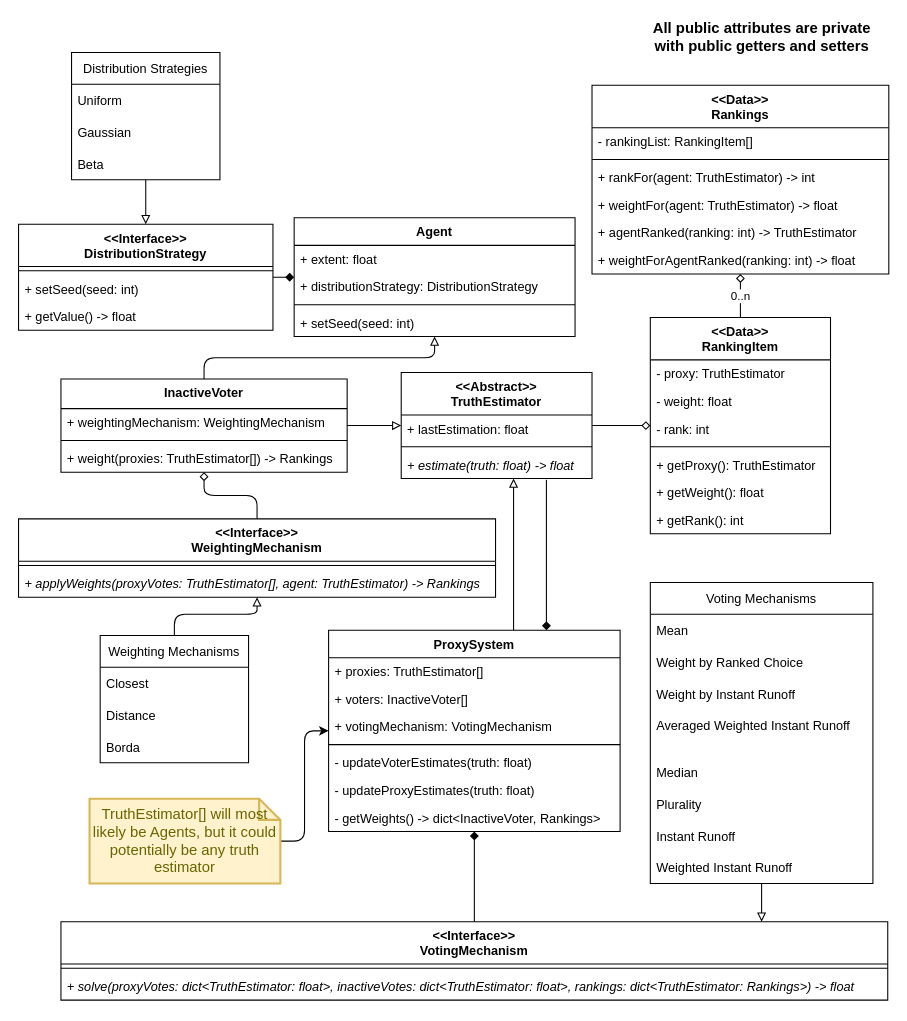
Earlier version of the draw.io diagram ProxyVotingSystem.drawio (TheMikeste1/Thesis-Home). Source tidied: cells renumbered, new cells numbered last; positions are measured from the earlier drawing's top-left corner, leaving out a move shared by most shapes. Both pictures are drawn from the tidied source at 106%, with x=0, y=0 at pixel (18, 20).
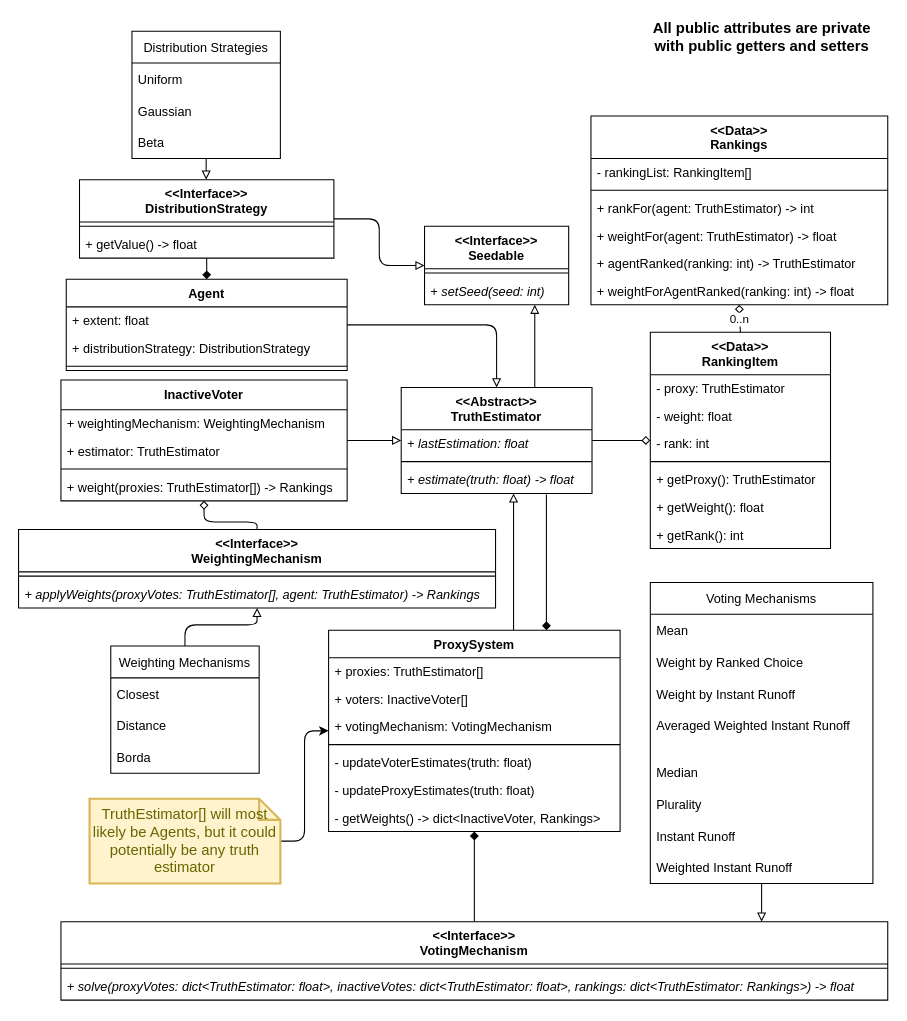
The same diagram, later.

Commit message:
Reworked System in UML

Diff of the diagram source:
```diff
@@
-    <mxCell id="3" style="edgeStyle=orthogonalEdgeStyle;jettySize=auto;html=1;endArrow=block;endFill=0;rounded=1;jumpStyle=sharp;" parent="1" edge="1" source="77" target="4">
-      <mxGeometry relative="1" as="geometry" />
-    </mxCell>
+    <mxCell id="81" style="edgeStyle=orthogonalEdgeStyle;rounded=1;jettySize=auto;html=1;endArrow=block;endFill=0;" parent="1" edge="1" source="4" target="15">
+      <mxGeometry relative="1" as="geometry" />
+    </mxCell>
     <mxCell id="4" value="Agent" style="swimlane;fontStyle=1;align=center;verticalAlign=top;horizontal=1;startSize=26;rounded=0;" parent="1" vertex="1">
-      <mxGeometry x="260" y="186" width="265" height="112" as="geometry" />
+      <mxGeometry x="45" y="244" width="265" height="86" as="geometry" />
     </mxCell>
@@
-    <mxCell id="8" value="+ setSeed(seed: int)" style="text;strokeColor=none;fillColor=none;align=left;verticalAlign=top;spacingLeft=4;spacingRight=4;overflow=hidden;rounded=0;" parent="4" vertex="1">
-      <mxGeometry y="86" width="265" height="26" as="geometry" />
-    </mxCell>
@@
+    <mxCell id="82" style="edgeStyle=orthogonalEdgeStyle;rounded=1;jettySize=auto;html=1;endArrow=block;endFill=0;" parent="1" edge="1" source="11" target="85">
+      <mxGeometry relative="1" as="geometry" />
+    </mxCell>
     <mxCell id="11" value="&lt;&lt;Interface&gt;&gt;&#10;DistributionStrategy" style="swimlane;fontStyle=1;align=center;verticalAlign=top;horizontal=1;startSize=40;rounded=0;" parent="1" vertex="1">
-      <mxGeometry y="192" width="240" height="100" as="geometry" />
+      <mxGeometry x="57.5" y="150" width="240" height="74" as="geometry" />
     </mxCell>
@@
-    <mxCell id="13" value="+ setSeed(seed: int)" style="text;strokeColor=none;fillColor=none;align=left;verticalAlign=top;spacingLeft=4;spacingRight=4;overflow=hidden;rounded=0;" parent="11" vertex="1">
-      <mxGeometry y="48" width="240" height="26" as="geometry" />
-    </mxCell>
     <mxCell id="14" value="+ getValue() -&gt; float" style="text;strokeColor=none;fillColor=none;align=left;verticalAlign=top;spacingLeft=4;spacingRight=4;overflow=hidden;rounded=0;" parent="11" vertex="1">
-      <mxGeometry y="74" width="240" height="26" as="geometry" />
+      <mxGeometry y="48" width="240" height="26" as="geometry" />
     </mxCell>
+    <mxCell id="83" style="edgeStyle=orthogonalEdgeStyle;rounded=1;jettySize=auto;html=1;endArrow=block;endFill=0;" parent="1" edge="1" source="15" target="85">
+      <mxGeometry relative="1" as="geometry">
+        <Array as="points">
+          <mxPoint x="487" y="290" />
+          <mxPoint x="487" y="290" />
+        </Array>
+      </mxGeometry>
+    </mxCell>
     <mxCell id="15" value="&lt;&lt;Abstract&gt;&gt;&#10;TruthEstimator" style="swimlane;fontStyle=1;align=center;verticalAlign=top;horizontal=1;startSize=40;rounded=0;" parent="1" vertex="1">
-      <mxGeometry x="361" y="332" width="180" height="100" as="geometry" />
+      <mxGeometry x="361" y="346" width="180" height="100" as="geometry" />
     </mxCell>
-    <mxCell id="16" value="+ lastEstimation: float" style="text;strokeColor=none;fillColor=none;align=left;verticalAlign=top;spacingLeft=4;spacingRight=4;overflow=hidden;" parent="15" vertex="1">
+    <mxCell id="16" value="+ lastEstimation: float" style="text;strokeColor=none;fillColor=none;align=left;verticalAlign=top;spacingLeft=4;spacingRight=4;overflow=hidden;fontStyle=2;" parent="15" vertex="1">
       <mxGeometry y="40" width="180" height="26" as="geometry" />
     </mxCell>
@@
     <mxCell id="31" value="Distribution Strategies" style="swimlane;fontStyle=0;horizontal=1;startSize=30;labelBorderColor=none;" parent="1" vertex="1">
-      <mxGeometry x="50" y="30" width="140" height="120" as="geometry" />
+      <mxGeometry x="107" y="10" width="140" height="120" as="geometry" />
     </mxCell>
@@
     <mxCell id="38" value="&lt;&lt;Interface&gt;&gt;&#10;WeightingMechanism" style="swimlane;fontStyle=1;align=center;verticalAlign=top;horizontal=1;startSize=40;rounded=0;" parent="1" vertex="1">
-      <mxGeometry y="470" width="450" height="74" as="geometry" />
+      <mxGeometry y="480" width="450" height="74" as="geometry" />
     </mxCell>
@@
     <mxCell id="42" value="Weighting Mechanisms" style="swimlane;fontStyle=0;horizontal=1;startSize=30;labelBorderColor=none;" parent="1" vertex="1">
-      <mxGeometry x="77" y="580" width="140" height="120" as="geometry" />
+      <mxGeometry x="87" y="590" width="140" height="120" as="geometry" />
     </mxCell>
@@
     <mxCell id="59" value="&lt;&lt;Data&gt;&gt;&#10;Rankings" style="swimlane;fontStyle=1;align=center;verticalAlign=top;horizontal=1;startSize=40;" parent="1" vertex="1">
-      <mxGeometry x="541" y="61" width="280" height="178" as="geometry" />
+      <mxGeometry x="540" y="90" width="280" height="178" as="geometry" />
     </mxCell>
@@
     <mxCell id="67" value="&lt;&lt;Data&gt;&gt;&#10;RankingItem" style="swimlane;fontStyle=1;align=center;verticalAlign=top;horizontal=1;startSize=40;" parent="1" vertex="1">
-      <mxGeometry x="596" y="280" width="170" height="204" as="geometry" />
+      <mxGeometry x="596" y="294" width="170" height="204" as="geometry" />
     </mxCell>
@@
     <mxCell id="77" value="InactiveVoter" style="swimlane;fontStyle=1;align=center;verticalAlign=top;horizontal=1;startSize=28;rounded=0;" parent="1" vertex="1">
-      <mxGeometry x="40" y="338" width="270" height="88" as="geometry" />
+      <mxGeometry x="40" y="339" width="270" height="114" as="geometry" />
     </mxCell>
@@
+    <mxCell id="84" value="+ estimator: TruthEstimator" style="text;strokeColor=none;fillColor=none;align=left;verticalAlign=top;spacingLeft=4;spacingRight=4;overflow=hidden;" parent="77" vertex="1">
+      <mxGeometry y="54" width="270" height="26" as="geometry" />
+    </mxCell>
     <mxCell id="79" style="line;strokeWidth=1;fillColor=none;align=left;verticalAlign=middle;spacingTop=-1;spacingLeft=3;spacingRight=3;labelPosition=right;rounded=0;" parent="77" vertex="1">
-      <mxGeometry y="54" width="270" height="8" as="geometry" />
+      <mxGeometry y="80" width="270" height="8" as="geometry" />
     </mxCell>
     <mxCell id="80" value="+ weight(proxies: TruthEstimator[]) -&gt; Rankings" style="text;strokeColor=none;fillColor=none;align=left;verticalAlign=top;spacingLeft=4;spacingRight=4;overflow=hidden;fontStyle=0;" parent="77" vertex="1">
-      <mxGeometry y="62" width="270" height="26" as="geometry" />
+      <mxGeometry y="88" width="270" height="26" as="geometry" />
     </mxCell>
+    <mxCell id="85" value="&lt;&lt;Interface&gt;&gt;&#10;Seedable" style="swimlane;fontStyle=1;align=center;verticalAlign=top;horizontal=1;startSize=40;rounded=0;" parent="1" vertex="1">
+      <mxGeometry x="383" y="194" width="136" height="74" as="geometry" />
+    </mxCell>
+    <mxCell id="86" style="line;strokeWidth=1;fillColor=none;align=left;verticalAlign=middle;spacingTop=-1;spacingLeft=3;spacingRight=3;labelPosition=right;rounded=0;" parent="85" vertex="1">
+      <mxGeometry y="40" width="136" height="8" as="geometry" />
+    </mxCell>
+    <mxCell id="87" value="+ setSeed(seed: int)" style="text;strokeColor=none;fillColor=none;align=left;verticalAlign=top;spacingLeft=4;spacingRight=4;overflow=hidden;rounded=0;fontStyle=2;" parent="85" vertex="1">
+      <mxGeometry y="48" width="136" height="26" as="geometry" />
+    </mxCell>
```
